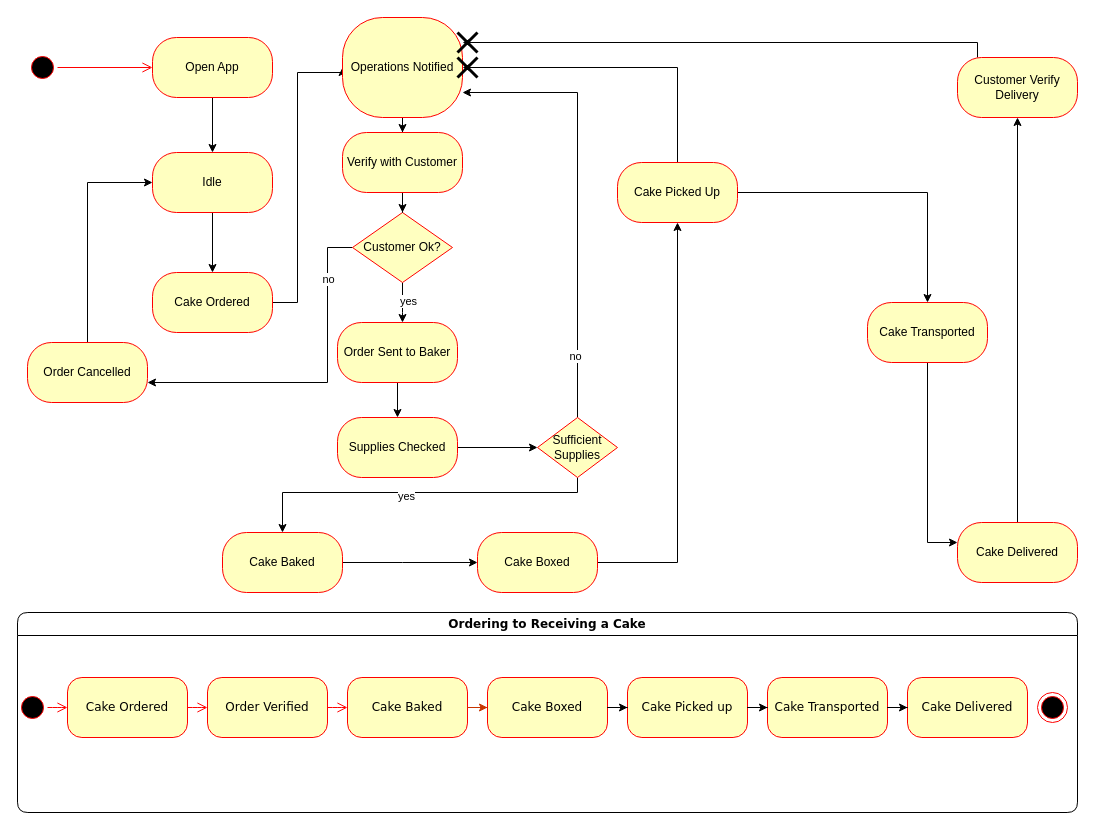
Above: page "Page-1" (1 of 2) of planning/Cake Company State.drawio in ligipop/PlanningSolutions (draw.io), before the change. Source tidied: cells renumbered, new cells numbered last; positions are measured from the earlier drawing's top-left corner, leaving out a move shared by most shapes. Both pictures are drawn from the tidied source at 100%, with x=0, y=0 at pixel (17, 17).
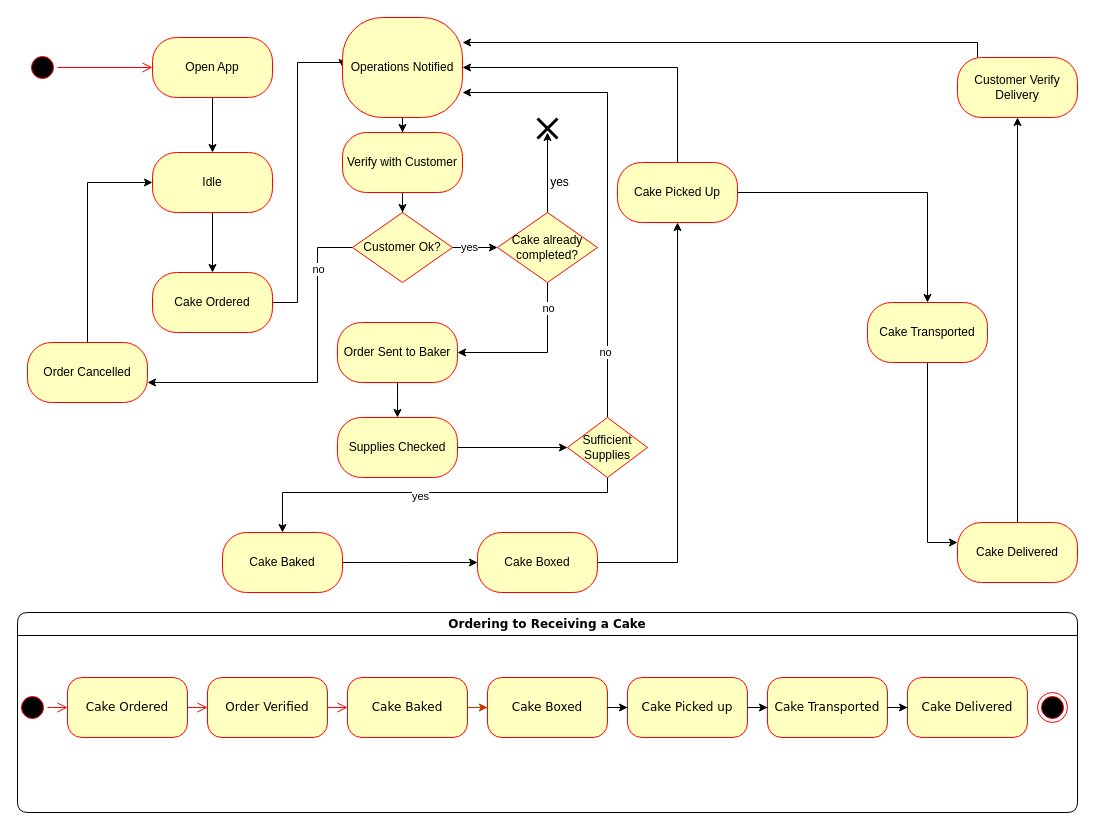
After the change.

Commit message:
Update Cake Company State_finalfin.drawio

Unchanged cells that the change refers to:
```xml
<mxCell id="26" value="Cake Ordered" style="whiteSpace=wrap;html=1;fillColor=#ffffc0;strokeColor=#ff0000;fontColor=#000000;rounded=1;arcSize=40;" parent="1" vertex="1">
  <mxGeometry x="135" y="255" width="120" height="60" as="geometry" />
</mxCell>
<mxCell id="31" value="Customer Ok?" style="rhombus;whiteSpace=wrap;html=1;fillColor=#ffffc0;strokeColor=#ff0000;" parent="1" vertex="1">
  <mxGeometry x="335" y="195" width="100" height="70" as="geometry" />
</mxCell>
<mxCell id="33" value="Order Cancelled" style="whiteSpace=wrap;html=1;fillColor=#ffffc0;strokeColor=#ff0000;fontColor=#000000;rounded=1;arcSize=40;" parent="1" vertex="1">
  <mxGeometry x="10" y="325" width="120" height="60" as="geometry" />
</mxCell>
<mxCell id="35" value="Order Sent to Baker" style="whiteSpace=wrap;html=1;fillColor=#ffffc0;strokeColor=#ff0000;fontColor=#000000;rounded=1;arcSize=40;" parent="1" vertex="1">
  <mxGeometry x="320" y="305" width="120" height="60" as="geometry" />
</mxCell>
<mxCell id="44" value="Operations Notified" style="whiteSpace=wrap;html=1;fillColor=#ffffc0;strokeColor=#ff0000;fontColor=#000000;rounded=1;arcSize=40;" parent="1" vertex="1">
  <mxGeometry x="325" width="120" height="100" as="geometry" />
</mxCell>
<mxCell id="46" value="Cake Baked" style="rounded=1;whiteSpace=wrap;html=1;arcSize=40;fontColor=#000000;fillColor=#ffffc0;strokeColor=#ff0000;" parent="1" vertex="1">
  <mxGeometry x="205" y="515" width="120" height="60" as="geometry" />
</mxCell>
```

The edit, as a diff of the source:
```diff
@@
     <mxCell id="25" style="edgeStyle=orthogonalEdgeStyle;rounded=0;jettySize=auto;html=1;entryX=0;entryY=0.5;entryDx=0;entryDy=0;" parent="1" edge="1" source="26" target="44">
       <mxGeometry relative="1" as="geometry">
         <Array as="points">
           <mxPoint x="280" y="285" />
-          <mxPoint x="280" y="55" />
+          <mxPoint x="280" y="45" />
+          <mxPoint x="325" y="45" />
         </Array>
       </mxGeometry>
     </mxCell>
@@
-    <mxCell id="27" style="edgeStyle=orthogonalEdgeStyle;rounded=0;jettySize=auto;html=1;" parent="1" edge="1" source="31" target="35">
-      <mxGeometry relative="1" as="geometry">
-        <Array as="points">
-          <mxPoint x="385" y="295" />
-          <mxPoint x="385" y="295" />
-        </Array>
-      </mxGeometry>
-    </mxCell>
-    <mxCell id="28" value="yes" style="edgeLabel;html=1;align=center;verticalAlign=middle;" parent="27" vertex="1">
-      <mxGeometry x="-0.88" y="2" relative="1" as="geometry">
-        <mxPoint x="3" y="16" as="offset" />
-      </mxGeometry>
-    </mxCell>
     <mxCell id="29" style="edgeStyle=orthogonalEdgeStyle;rounded=0;jettySize=auto;html=1;" parent="1" edge="1" source="31" target="33">
       <mxGeometry relative="1" as="geometry">
         <Array as="points">
-          <mxPoint x="310" y="230" />
-          <mxPoint x="310" y="365" />
+          <mxPoint x="300" y="230" />
+          <mxPoint x="300" y="365" />
         </Array>
       </mxGeometry>
     </mxCell>
@@
+    <mxCell id="62" style="edgeStyle=orthogonalEdgeStyle;rounded=0;jettySize=auto;html=1;" parent="1" edge="1" source="31" target="66">
+      <mxGeometry relative="1" as="geometry">
+        <Array as="points">
+          <mxPoint x="460" y="230" />
+          <mxPoint x="460" y="230" />
+        </Array>
+      </mxGeometry>
+    </mxCell>
+    <mxCell id="28" value="yes" style="edgeLabel;html=1;align=center;verticalAlign=middle;" parent="62" vertex="1">
+      <mxGeometry x="-0.28" y="1" relative="1" as="geometry" />
+    </mxCell>
@@
     <mxCell id="38" style="edgeStyle=orthogonalEdgeStyle;rounded=0;jettySize=auto;html=1;" parent="1" edge="1" source="42" target="44">
       <mxGeometry relative="1" as="geometry">
         <Array as="points">
-          <mxPoint x="560" y="75" />
+          <mxPoint x="590" y="75" />
         </Array>
       </mxGeometry>
     </mxCell>
@@
     <mxCell id="40" style="edgeStyle=orthogonalEdgeStyle;rounded=0;jettySize=auto;html=1;" parent="1" edge="1" source="42" target="46">
       <mxGeometry relative="1" as="geometry">
         <Array as="points">
-          <mxPoint x="560" y="475" />
+          <mxPoint x="590" y="475" />
+          <mxPoint x="265" y="475" />
         </Array>
       </mxGeometry>
     </mxCell>
@@
     <mxCell id="42" value="Sufficient Supplies" style="rhombus;whiteSpace=wrap;html=1;fillColor=#ffffc0;strokeColor=#ff0000;" parent="1" vertex="1">
-      <mxGeometry x="520" y="400" width="80" height="60" as="geometry" />
+      <mxGeometry x="550" y="400" width="80" height="60" as="geometry" />
     </mxCell>
@@
     <mxCell id="60" style="shape=umlDestroy;whiteSpace=wrap;html=1;strokeWidth=3;" parent="1" vertex="1">
-      <mxGeometry x="440" y="40" width="20" height="20" as="geometry" />
+      <mxGeometry x="520" y="101" width="20" height="20" as="geometry" />
     </mxCell>
-    <mxCell id="61" style="shape=umlDestroy;whiteSpace=wrap;html=1;strokeWidth=3;" parent="1" vertex="1">
-      <mxGeometry x="440" y="15" width="20" height="20" as="geometry" />
-    </mxCell>
+    <mxCell id="63" style="edgeStyle=orthogonalEdgeStyle;rounded=0;jettySize=auto;html=1;" parent="1" edge="1" source="66" target="35">
+      <mxGeometry relative="1" as="geometry">
+        <Array as="points">
+          <mxPoint x="530" y="335" />
+        </Array>
+      </mxGeometry>
+    </mxCell>
+    <mxCell id="64" value="no" style="edgeLabel;html=1;align=center;verticalAlign=middle;" parent="63" vertex="1">
+      <mxGeometry x="-0.69" relative="1" as="geometry" />
+    </mxCell>
+    <mxCell id="65" style="edgeStyle=orthogonalEdgeStyle;rounded=0;jettySize=auto;html=1;" parent="1" edge="1" source="66">
+      <mxGeometry relative="1" as="geometry">
+        <mxPoint x="530" y="115" as="targetPoint" />
+      </mxGeometry>
+    </mxCell>
+    <mxCell id="66" value="&lt;div&gt;Cake already&lt;/div&gt;&lt;div&gt;completed?&lt;br&gt;&lt;/div&gt;" style="rhombus;whiteSpace=wrap;html=1;fillColor=#ffffc0;strokeColor=#ff0000;" parent="1" vertex="1">
+      <mxGeometry x="480" y="195" width="100" height="70" as="geometry" />
+    </mxCell>
+    <mxCell id="67" value="&lt;div&gt;yes&lt;/div&gt;" style="text;html=1;align=center;verticalAlign=middle;strokeColor=none;fillColor=none;" parent="1" vertex="1">
+      <mxGeometry x="527" y="155" width="30" height="20" as="geometry" />
+    </mxCell>
```
